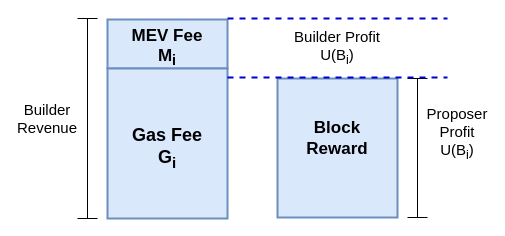
Above: assets/reward_comparison.drawio in xujiahuayz/mev-resist-consensus (draw.io), before the change. Source tidied: cells renumbered, new cells numbered last; positions are measured from the earlier drawing's top-left corner, leaving out a move shared by most shapes. Both pictures are drawn from the tidied source at 100%, with x=0, y=0 at pixel (17, 18).
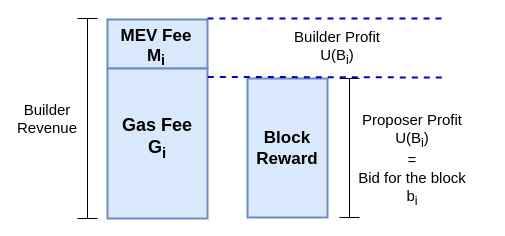
Above is the later version.

Change to the diagram source:
```diff
@@
 <mxGraphModel>
   <root>
     <mxCell id="0" />
     <mxCell id="1" parent="0" />
     <mxCell id="2" style="rounded=0;whiteSpace=wrap;html=1;strokeWidth=2;fillColor=#dae8fc;strokeColor=#6c8ebf;" parent="1" vertex="1">
-      <mxGeometry x="90" y="1" width="120" height="49" as="geometry" />
+      <mxGeometry x="90" y="1" width="100" height="49" as="geometry" />
     </mxCell>
     <mxCell id="3" style="rounded=0;whiteSpace=wrap;html=1;strokeWidth=2;fillColor=#dae8fc;strokeColor=#6c8ebf;" parent="1" vertex="1">
-      <mxGeometry x="90" y="50" width="120" height="150" as="geometry" />
+      <mxGeometry x="90" y="50" width="100" height="150" as="geometry" />
     </mxCell>
     <mxCell id="4" style="rounded=0;whiteSpace=wrap;html=1;strokeWidth=2;fillColor=#dae8fc;strokeColor=#6c8ebf;" parent="1" vertex="1">
-      <mxGeometry x="260" y="60" width="120" height="139" as="geometry" />
+      <mxGeometry x="230" y="60" width="80" height="139" as="geometry" />
     </mxCell>
     <mxCell id="5" value="&lt;font style=&quot;font-size: 17px;&quot;&gt;&lt;b&gt;MEV Fee&lt;/b&gt;&lt;/font&gt;&lt;div style=&quot;font-size: 17px;&quot;&gt;&lt;font style=&quot;font-size: 17px;&quot;&gt;&lt;b&gt;&lt;font style=&quot;font-size: 17px;&quot;&gt;M&lt;/font&gt;&lt;font style=&quot;font-size: 17px;&quot;&gt;&lt;sub&gt;i&lt;/sub&gt;&lt;/font&gt;&lt;/b&gt;&lt;/font&gt;&lt;/div&gt;" style="text;html=1;align=center;verticalAlign=middle;whiteSpace=wrap;rounded=0;" parent="1" vertex="1">
-      <mxGeometry x="100" y="9" width="100" height="40" as="geometry" />
+      <mxGeometry x="89" y="9" width="100" height="40" as="geometry" />
     </mxCell>
     <mxCell id="6" value="&lt;font style=&quot;font-size: 18px;&quot;&gt;&lt;b&gt;Gas Fee&lt;/b&gt;&lt;/font&gt;&lt;div&gt;&lt;font style=&quot;font-size: 18px;&quot;&gt;&lt;b&gt;G&lt;sub&gt;i&lt;/sub&gt;&lt;/b&gt;&lt;/font&gt;&lt;/div&gt;" style="text;html=1;align=center;verticalAlign=middle;whiteSpace=wrap;rounded=0;" parent="1" vertex="1">
-      <mxGeometry x="100" y="110" width="100" height="40" as="geometry" />
+      <mxGeometry x="90" y="100" width="100" height="40" as="geometry" />
     </mxCell>
     <mxCell id="7" style="shape=crossbar;whiteSpace=wrap;html=1;rounded=1;direction=south;" parent="1" vertex="1">
       <mxGeometry x="60" width="20" height="200" as="geometry" />
     </mxCell>
     <mxCell id="8" value="&lt;font style=&quot;font-size: 15px;&quot;&gt;Builder Profit&lt;/font&gt;&lt;div style=&quot;font-size: 15px;&quot;&gt;&lt;font style=&quot;font-size: 15px;&quot;&gt;U(B&lt;sub style=&quot;&quot;&gt;i&lt;/sub&gt;)&lt;/font&gt;&lt;/div&gt;" style="text;html=1;align=center;verticalAlign=middle;whiteSpace=wrap;rounded=0;" parent="1" vertex="1">
       <mxGeometry x="270" y="14" width="100" height="30" as="geometry" />
     </mxCell>
     <mxCell id="9" style="shape=crossbar;whiteSpace=wrap;html=1;rounded=1;direction=south;" parent="1" vertex="1">
-      <mxGeometry x="390" y="60" width="20" height="139" as="geometry" />
+      <mxGeometry x="322" y="60" width="20" height="139" as="geometry" />
     </mxCell>
     <mxCell id="10" style="endArrow=none;dashed=1;html=1;rounded=0;strokeWidth=2;strokeColor=#0000CC;" parent="1" edge="1">
       <mxGeometry relative="1" as="geometry">
-        <mxPoint x="210" as="sourcePoint" />
+        <mxPoint x="190" as="sourcePoint" />
         <mxPoint x="430" as="targetPoint" />
       </mxGeometry>
     </mxCell>
-    <mxCell id="11" style="endArrow=none;dashed=1;html=1;rounded=0;strokeWidth=2;strokeColor=#0000CC;" parent="1" edge="1">
+    <mxCell id="11" style="endArrow=none;dashed=1;html=1;rounded=0;strokeWidth=2;strokeColor=#0000CC;exitX=1.003;exitY=0.056;exitDx=0;exitDy=0;exitPerimeter=0;" parent="1" edge="1" source="3">
       <mxGeometry relative="1" as="geometry">
-        <mxPoint x="210" y="59" as="sourcePoint" />
         <mxPoint x="430" y="59" as="targetPoint" />
       </mxGeometry>
     </mxCell>
-    <mxCell id="12" value="&lt;font style=&quot;font-size: 15px;&quot;&gt;Proposer Profit&lt;/font&gt;&lt;div style=&quot;font-size: 15px;&quot;&gt;&lt;font style=&quot;font-size: 15px;&quot;&gt;U(B&lt;sub style=&quot;&quot;&gt;i&lt;/sub&gt;)&lt;/font&gt;&lt;/div&gt;" style="text;html=1;align=center;verticalAlign=middle;whiteSpace=wrap;rounded=0;" parent="1" vertex="1">
-      <mxGeometry x="410" y="100" width="60" height="30" as="geometry" />
+    <mxCell id="12" value="&lt;font style=&quot;font-size: 15px;&quot;&gt;Proposer Profit&lt;/font&gt;&lt;div style=&quot;font-size: 15px;&quot;&gt;&lt;font style=&quot;font-size: 15px;&quot;&gt;U(B&lt;sub style=&quot;&quot;&gt;i&lt;/sub&gt;)&lt;/font&gt;&lt;/div&gt;&lt;div style=&quot;font-size: 15px;&quot;&gt;=&lt;/div&gt;&lt;div style=&quot;font-size: 15px;&quot;&gt;Bid for the block&lt;/div&gt;&lt;div style=&quot;font-size: 15px;&quot;&gt;b&lt;sub&gt;i&lt;/sub&gt;&lt;/div&gt;" style="text;html=1;align=center;verticalAlign=middle;whiteSpace=wrap;rounded=0;" parent="1" vertex="1">
+      <mxGeometry x="331" y="126" width="128" height="30" as="geometry" />
     </mxCell>
     <mxCell id="13" value="&lt;font style=&quot;font-size: 15px;&quot;&gt;Builder Revenue&lt;/font&gt;" style="text;html=1;align=center;verticalAlign=middle;whiteSpace=wrap;rounded=0;" parent="1" vertex="1">
       <mxGeometry y="85" width="60" height="30" as="geometry" />
     </mxCell>
     <mxCell id="14" value="&lt;span style=&quot;font-size: 17px;&quot;&gt;&lt;b&gt;Block Reward&lt;/b&gt;&lt;/span&gt;" style="text;html=1;align=center;verticalAlign=middle;whiteSpace=wrap;rounded=0;" parent="1" vertex="1">
-      <mxGeometry x="270" y="100" width="100" height="40" as="geometry" />
+      <mxGeometry x="220" y="109.5" width="100" height="40" as="geometry" />
     </mxCell>
   </root>
 </mxGraphModel>
```
